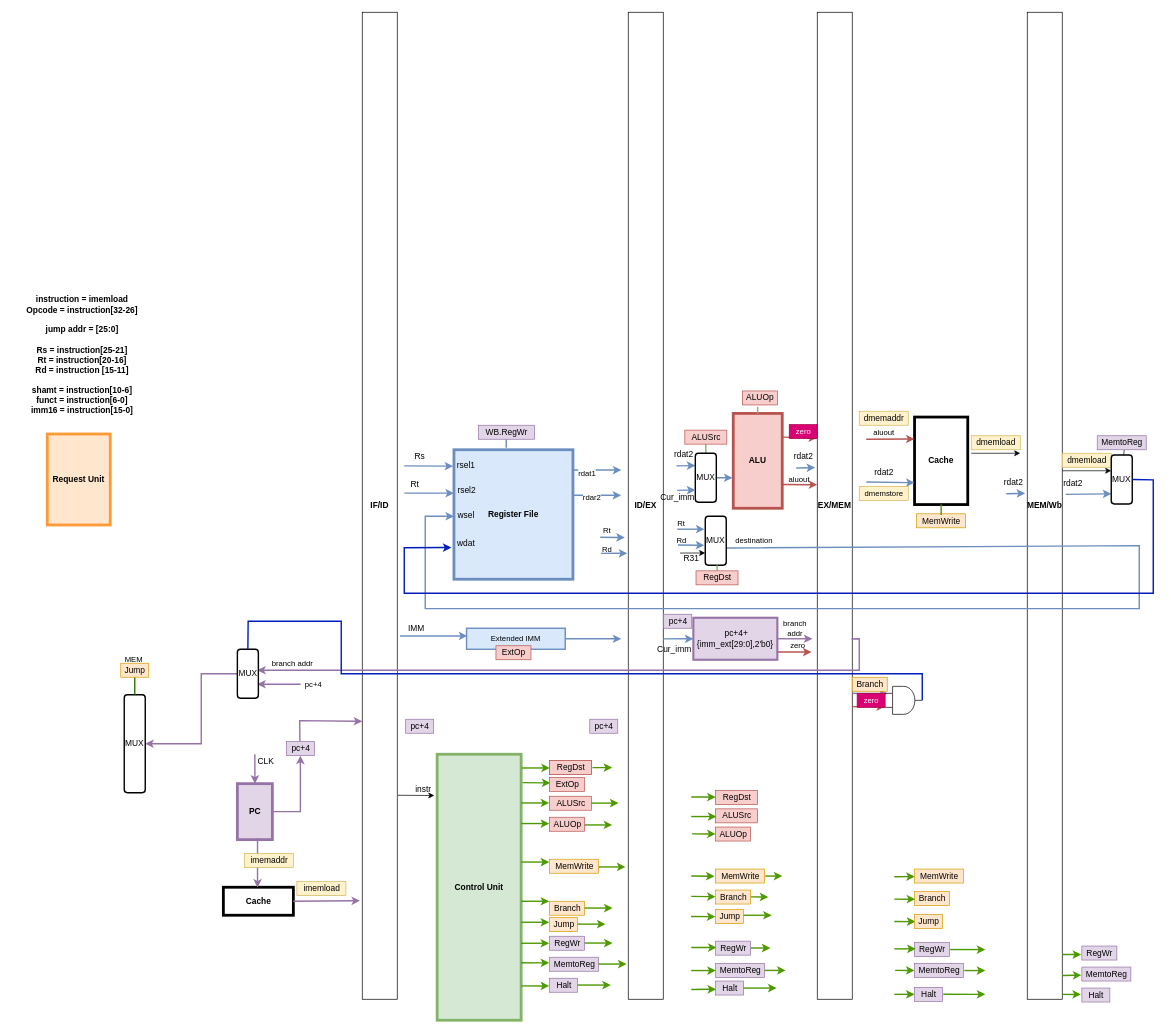
Above: pipeline.drawio in vickyfyq/ece437 (draw.io), before the change. Source tidied: cells renumbered, new cells numbered last; positions are measured from the earlier drawing's top-left corner, leaving out a move shared by most shapes. Both pictures are drawn from the tidied source at 70%, with x=0, y=0 at pixel (12, 12).
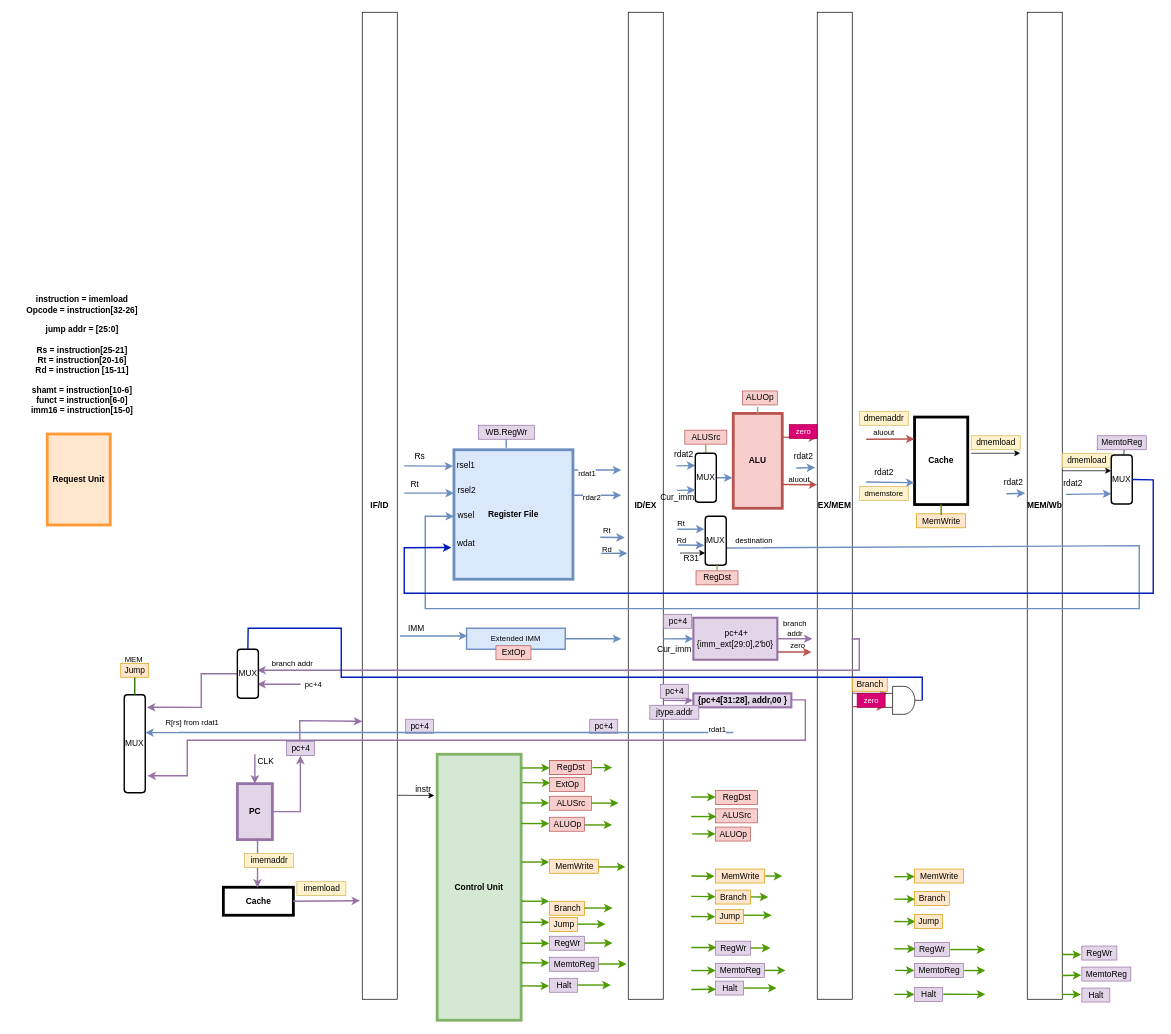
Above is the later version.

The change refers to these unchanged cells:
```xml
<mxCell id="182" value="MUX" style="rounded=1;whiteSpace=wrap;html=1;strokeWidth=2;" parent="1" vertex="1">
  <mxGeometry x="321.6" y="910" width="30" height="70" as="geometry" />
</mxCell>
<mxCell id="189" style="verticalLabelPosition=bottom;shadow=0;dashed=0;align=center;html=1;verticalAlign=top;shape=mxgraph.electrical.logic_gates.logic_gate;operation=and;fontFamily=Helvetica;fontSize=11;fontColor=#000000;" parent="1" vertex="1">
  <mxGeometry x="1247" y="963" width="53" height="40" as="geometry" />
</mxCell>
<mxCell id="192" value="MUX" style="rounded=1;whiteSpace=wrap;html=1;strokeWidth=2;" parent="1" vertex="1">
  <mxGeometry x="160" y="975" width="30" height="140" as="geometry" />
</mxCell>
```

Diff of the diagram source:
```diff
@@
-    <mxCell id="181" style="edgeStyle=none;shape=connector;rounded=0;jettySize=auto;html=1;labelBackgroundColor=default;fontFamily=Helvetica;fontSize=11;fontColor=#000000;endArrow=classic;endFill=1;strokeColor=#9673a6;strokeWidth=2;fillColor=#e1d5e7;" parent="1" edge="1" source="182" target="192">
+    <mxCell id="181" style="edgeStyle=none;shape=connector;rounded=0;jettySize=auto;html=1;labelBackgroundColor=default;fontFamily=Helvetica;fontSize=11;fontColor=#000000;endArrow=classic;endFill=1;strokeColor=#9673a6;strokeWidth=2;fillColor=#e1d5e7;entryX=1.077;entryY=0.128;entryDx=0;entryDy=0;entryPerimeter=0;" parent="1" edge="1" source="182" target="192">
       <mxGeometry relative="1" as="geometry">
         <Array as="points">
           <mxPoint x="270" y="945" />
-          <mxPoint x="270" y="1045" />
+          <mxPoint x="270" y="993" />
         </Array>
       </mxGeometry>
     </mxCell>
@@
     <mxCell id="191" style="endArrow=none;html=1;rounded=0;labelBackgroundColor=default;fontFamily=Helvetica;fontSize=11;fontColor=#000000;strokeColor=#001DBC;strokeWidth=2;fillColor=#0050ef;shape=connector;exitX=1;exitY=0.5;exitDx=0;exitDy=0;exitPerimeter=0;entryX=0.5;entryY=0;entryDx=0;entryDy=0;endFill=0;" parent="1" edge="1" source="189" target="182">
       <mxGeometry relative="1" as="geometry">
         <Array as="points">
-          <mxPoint x="1300" y="945" />
-          <mxPoint x="470" y="945" />
-          <mxPoint x="470" y="870" />
-          <mxPoint x="337" y="870" />
+          <mxPoint x="1300" y="950" />
+          <mxPoint x="470" y="950" />
+          <mxPoint x="470" y="880" />
+          <mxPoint x="337" y="880" />
         </Array>
       </mxGeometry>
     </mxCell>
@@
+    <mxCell id="196" style="edgeStyle=orthogonalEdgeStyle;shape=connector;rounded=0;jettySize=auto;html=1;labelBackgroundColor=default;fontFamily=Helvetica;fontSize=11;fontColor=#000000;endArrow=classic;strokeColor=#9673a6;strokeWidth=2;fillColor=#e1d5e7;entryX=1.104;entryY=0.827;entryDx=0;entryDy=0;entryPerimeter=0;exitX=1.007;exitY=0.467;exitDx=0;exitDy=0;exitPerimeter=0;" parent="1" edge="1" source="197" target="192">
+      <mxGeometry relative="1" as="geometry">
+        <Array as="points">
+          <mxPoint x="1133" y="982" />
+          <mxPoint x="1133" y="1040" />
+          <mxPoint x="250" y="1040" />
+          <mxPoint x="250" y="1091" />
+        </Array>
+      </mxGeometry>
+    </mxCell>
+    <mxCell id="197" value="{pc+4[31:28], addr,00 }" style="text;html=1;align=center;verticalAlign=middle;points=[];strokeColor=#9673a6;fillColor=#e1d5e7;fontColor=default;fontStyle=1;strokeWidth=3;" parent="1" vertex="1">
+      <mxGeometry x="973" y="973" width="140" height="20" as="geometry" />
+    </mxCell>
+    <mxCell id="198" style="endArrow=classic;html=1;rounded=0;labelBackgroundColor=default;fontFamily=Helvetica;fontSize=11;fontColor=#000000;strokeColor=#6c8ebf;strokeWidth=2;fillColor=#dae8fc;shape=connector;entryX=-0.133;entryY=0.189;entryDx=0;entryDy=0;entryPerimeter=0;" parent="1" edge="1">
+      <mxGeometry relative="1" as="geometry">
+        <mxPoint x="237.4" y="1029" as="sourcePoint" />
+        <mxPoint x="190" y="1029.1" as="targetPoint" />
+        <Array as="points">
+          <mxPoint x="1030" y="1029" />
+          <mxPoint x="930" y="1029" />
+        </Array>
+      </mxGeometry>
+    </mxCell>
+    <mxCell id="199" value="rdat1" style="edgeLabel;html=1;align=center;verticalAlign=middle;fontSize=11;fontFamily=Helvetica;fontColor=#000000;" parent="198" vertex="1">
+      <mxGeometry y="-5" relative="1" as="geometry" />
+    </mxCell>
+    <mxCell id="200" value="R[rs] from rdat1" style="text;html=1;align=center;verticalAlign=middle;strokeColor=none;fillColor=none;fontSize=11;fontFamily=Helvetica;fontColor=#000000;" parent="1" vertex="1">
+      <mxGeometry x="211.6" y="1005" width="90" height="20" as="geometry" />
+    </mxCell>
+    <mxCell id="201" style="endArrow=classic;html=1;rounded=0;labelBackgroundColor=default;fontFamily=Helvetica;fontSize=11;fontColor=#000000;strokeColor=#9673a6;strokeWidth=2;fillColor=#e1d5e7;shape=connector;entryX=-0.002;entryY=0.511;entryDx=0;entryDy=0;entryPerimeter=0;" parent="1" edge="1" target="197">
+      <mxGeometry relative="1" as="geometry">
+        <mxPoint x="930" y="983" as="sourcePoint" />
+      </mxGeometry>
+    </mxCell>
+    <mxCell id="202" value="pc+4" style="text;html=1;align=center;verticalAlign=middle;strokeColor=#9673a6;fillColor=#e1d5e7;" parent="1" vertex="1">
+      <mxGeometry x="925.8" y="960" width="40" height="20" as="geometry" />
+    </mxCell>
+    <mxCell id="203" value="jtype.addr" style="text;html=1;align=center;verticalAlign=middle;strokeColor=#9673a6;fillColor=#e1d5e7;" parent="1" vertex="1">
+      <mxGeometry x="910.8" y="990" width="70" height="20" as="geometry" />
+    </mxCell>
```
